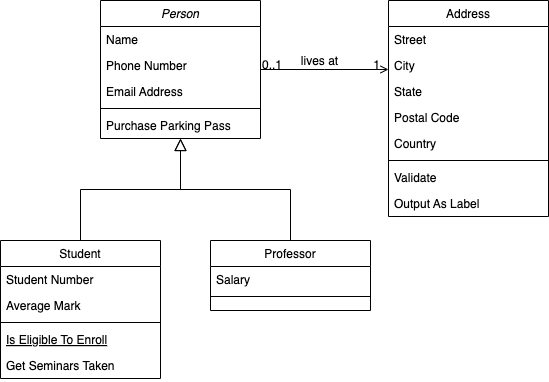
The draw.io diagram systemdesign/class01.drawio.png in saibin2023/systemdesign01, before a commit. Source tidied: cells renumbered, new cells last; positions are measured from the earlier drawing's top-left corner, leaving out a move shared by most shapes.
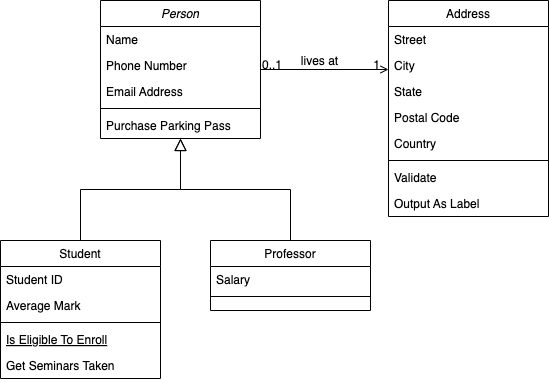
The same file after the commit.

Commit message:
class01.drawio.png を更新します

The edit, as a diff of the source:
```diff
@@ -23,7 +23,7 @@
     <mxCell id="8" value="Student" style="swimlane;fontStyle=0;align=center;verticalAlign=top;horizontal=1;startSize=26;rounded=0;shadow=0;strokeWidth=1;" parent="1" vertex="1">
       <mxGeometry y="240" width="160" height="138" as="geometry" />
     </mxCell>
-    <mxCell id="9" value="Student Number" style="text;align=left;verticalAlign=top;spacingLeft=4;spacingRight=4;overflow=hidden;" parent="8" vertex="1">
+    <mxCell id="9" value="Student ID" style="text;align=left;verticalAlign=top;spacingLeft=4;spacingRight=4;overflow=hidden;" parent="8" vertex="1">
       <mxGeometry y="26" width="160" height="26" as="geometry" />
     </mxCell>
     <mxCell id="10" value="Average Mark" style="text;align=left;verticalAlign=top;spacingLeft=4;spacingRight=4;overflow=hidden;rounded=0;shadow=0;html=0;" parent="8" vertex="1">
```
